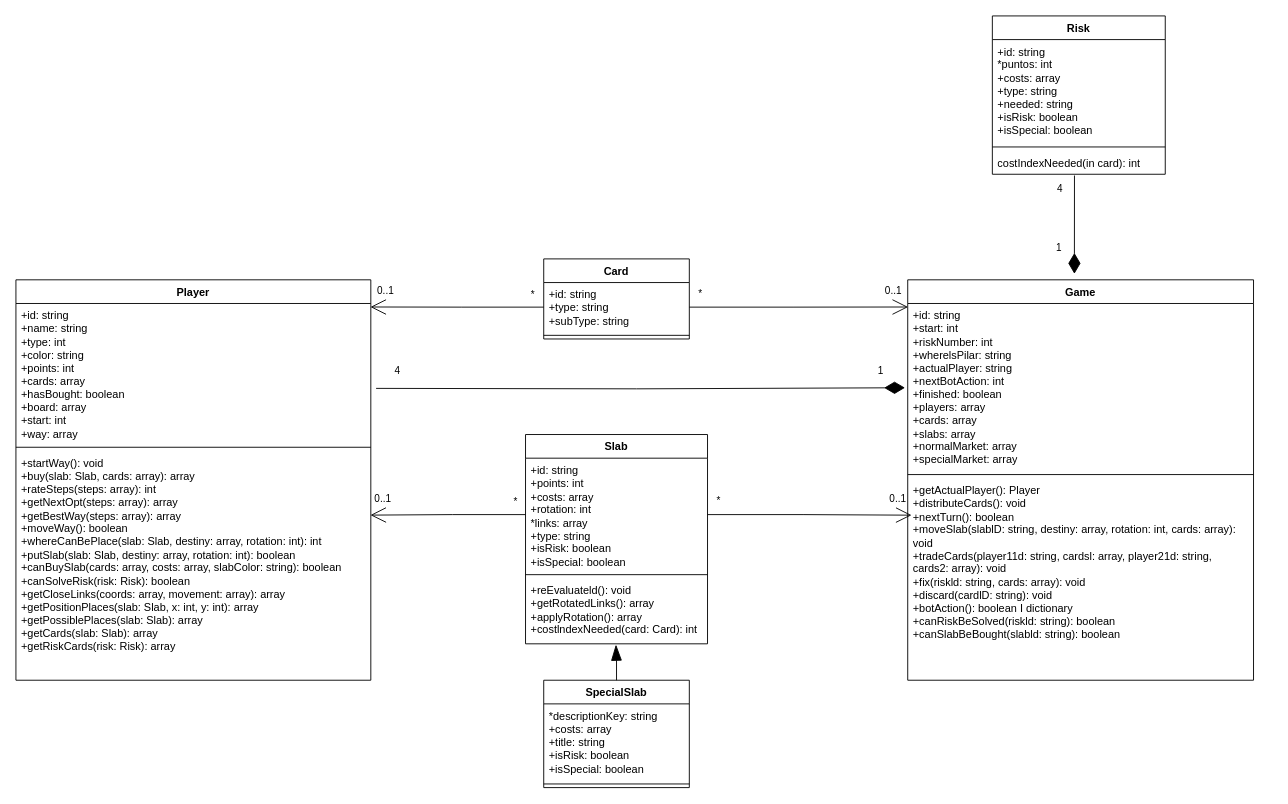
This is Diagramas/Diagrama m.Lógico de clases.drawio from elbala2/TFG-AlphaDSGame, a draw.io file, before an edit. Source tidied: cells renumbered, new cells numbered last; positions are measured from the earlier drawing's top-left corner, leaving out a move shared by most shapes. Both pictures are drawn from the tidied source at 91%, with x=0, y=0 at pixel (15, 15).
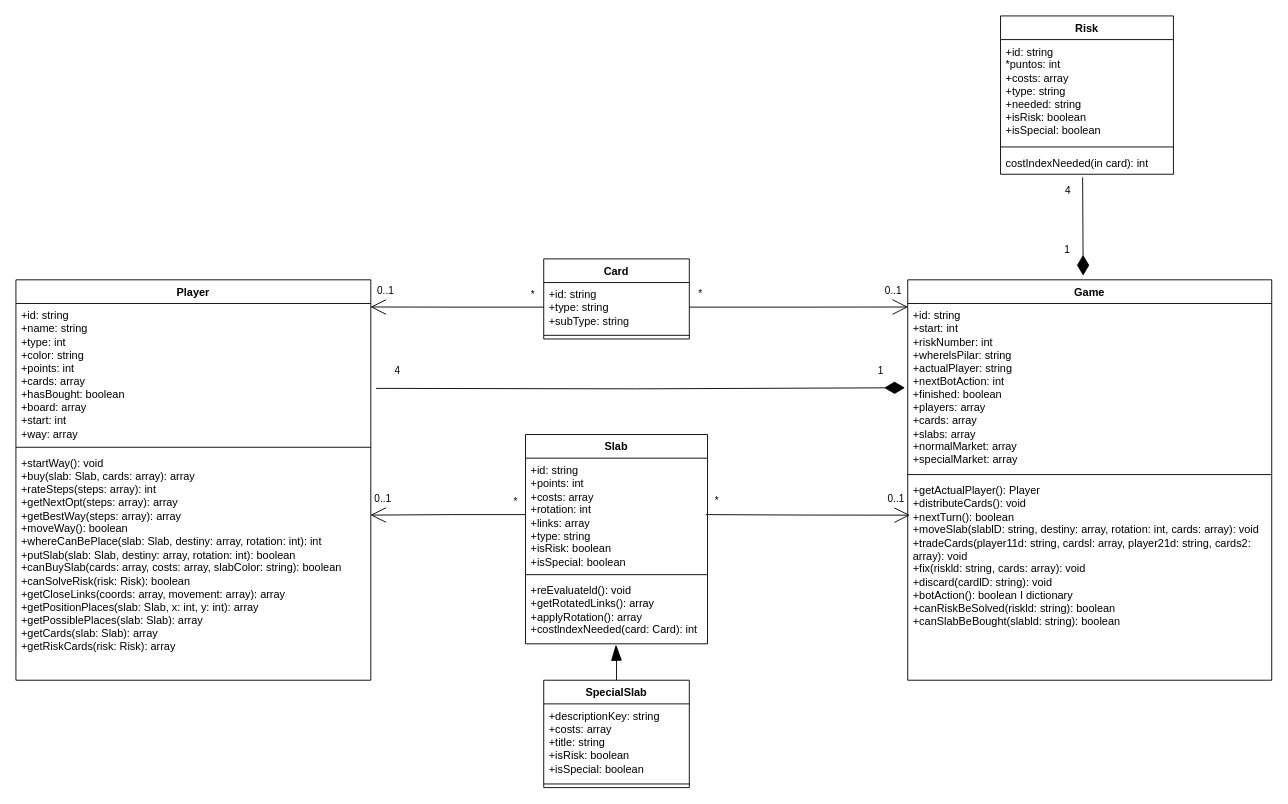
The same diagram, later.

The change refers to these unchanged cells:
```xml
<mxCell id="9" value="costIndexNeeded(in card): int" style="text;strokeColor=none;fillColor=none;align=left;verticalAlign=top;spacingLeft=4;spacingRight=4;overflow=hidden;points=[[0,0.5],[1,0.5]];portConstraint=eastwest;whiteSpace=wrap;html=1;" parent="6" vertex="1">
  <mxGeometry y="148" width="190" height="26" as="geometry" />
</mxCell>
<mxCell id="29" value="Slab" style="swimlane;fontStyle=1;align=center;verticalAlign=top;horizontal=1;startSize=26;whiteSpace=wrap;html=1;" parent="1" vertex="1">
  <mxGeometry x="560" y="460" width="200" height="230" as="geometry" />
</mxCell>
<mxCell id="39" value="SpecialSlab" style="swimlane;fontStyle=1;align=center;verticalAlign=top;horizontal=1;startSize=26;whiteSpace=wrap;html=1;" parent="1" vertex="1">
  <mxGeometry x="580" y="730" width="160" height="118" as="geometry" />
</mxCell>
```

The edit, as a diff of the source:
```diff
@@
-<mxGraphModel>
+<mxGraphModel background="#FFFFFF">
@@
     <mxCell id="2" value="Game" style="swimlane;fontStyle=1;align=center;verticalAlign=top;horizontal=1;startSize=26;whiteSpace=wrap;html=1;" parent="1" vertex="1">
-      <mxGeometry x="980" y="290" width="380" height="440" as="geometry" />
+      <mxGeometry x="980" y="290" width="400" height="440" as="geometry" />
     </mxCell>
     <mxCell id="3" value="&lt;div style=&quot;border-color: var(--border-color);&quot;&gt;+id: string&lt;/div&gt;&lt;div style=&quot;border-color: var(--border-color);&quot;&gt;+start: int&lt;/div&gt;&lt;div style=&quot;border-color: var(--border-color);&quot;&gt;+riskNumber: int&lt;/div&gt;&lt;div style=&quot;border-color: var(--border-color);&quot;&gt;+wherelsPilar: string&lt;/div&gt;&lt;div style=&quot;border-color: var(--border-color);&quot;&gt;+actualPlayer: string&lt;/div&gt;&lt;div style=&quot;border-color: var(--border-color);&quot;&gt;+nextBotAction: int&lt;/div&gt;&lt;div style=&quot;border-color: var(--border-color);&quot;&gt;+finished: boolean&lt;/div&gt;&lt;div style=&quot;border-color: var(--border-color);&quot;&gt;+players: array&lt;/div&gt;&lt;div style=&quot;border-color: var(--border-color);&quot;&gt;+cards: array&lt;/div&gt;&lt;div style=&quot;border-color: var(--border-color);&quot;&gt;+slabs: array&lt;/div&gt;&lt;div style=&quot;border-color: var(--border-color);&quot;&gt;+normalMarket: array&lt;/div&gt;&lt;div style=&quot;border-color: var(--border-color);&quot;&gt;+specialMarket: array&lt;/div&gt;" style="text;strokeColor=none;fillColor=none;align=left;verticalAlign=top;spacingLeft=4;spacingRight=4;overflow=hidden;points=[[0,0.5],[1,0.5]];portConstraint=eastwest;whiteSpace=wrap;html=1;" parent="2" vertex="1">
-      <mxGeometry y="26" width="380" height="184" as="geometry" />
+      <mxGeometry y="26" width="400" height="184" as="geometry" />
     </mxCell>
     <mxCell id="4" style="line;strokeWidth=1;fillColor=none;align=left;verticalAlign=middle;spacingTop=-1;spacingLeft=3;spacingRight=3;labelPosition=right;strokeColor=inherit;" parent="2" vertex="1">
-      <mxGeometry y="210" width="380" height="8" as="geometry" />
+      <mxGeometry y="210" width="400" height="8" as="geometry" />
     </mxCell>
     <mxCell id="5" value="&lt;div style=&quot;border-color: var(--border-color);&quot;&gt;+getActualPlayer(): Player&lt;/div&gt;&lt;div style=&quot;border-color: var(--border-color);&quot;&gt;+distributeCards(): void&lt;/div&gt;&lt;div style=&quot;border-color: var(--border-color);&quot;&gt;+nextTurn(): boolean&lt;br style=&quot;border-color: var(--border-color);&quot;&gt;&lt;/div&gt;&lt;div style=&quot;border-color: var(--border-color);&quot;&gt;+moveSlab(slablD: string, destiny: array, rotation: int, cards: array): void&lt;/div&gt;&lt;div style=&quot;border-color: var(--border-color);&quot;&gt;+tradeCards(player11d: string, cardsl: array, player21d: string, cards2: array): void&lt;/div&gt;&lt;div style=&quot;border-color: var(--border-color);&quot;&gt;+fix(riskld: string, cards: array): void&lt;/div&gt;&lt;div style=&quot;border-color: var(--border-color);&quot;&gt;+discard(cardlD: string): void&lt;/div&gt;&lt;div style=&quot;border-color: var(--border-color);&quot;&gt;+botAction(): boolean I dictionary&lt;/div&gt;&lt;div style=&quot;border-color: var(--border-color);&quot;&gt;+canRiskBeSolved(riskld: string): boolean&lt;/div&gt;&lt;div style=&quot;border-color: var(--border-color);&quot;&gt;+canSlabBeBought(slabld: string): boolean&lt;/div&gt;" style="text;strokeColor=none;fillColor=none;align=left;verticalAlign=top;spacingLeft=4;spacingRight=4;overflow=hidden;points=[[0,0.5],[1,0.5]];portConstraint=eastwest;whiteSpace=wrap;html=1;" parent="2" vertex="1">
-      <mxGeometry y="218" width="380" height="222" as="geometry" />
+      <mxGeometry y="218" width="400" height="222" as="geometry" />
     </mxCell>
     <mxCell id="6" value="Risk" style="swimlane;fontStyle=1;align=center;verticalAlign=top;horizontal=1;startSize=26;whiteSpace=wrap;html=1;" parent="1" vertex="1">
-      <mxGeometry x="1073" width="190" height="174" as="geometry" />
+      <mxGeometry x="1082" width="190" height="174" as="geometry" />
     </mxCell>
@@
-    <mxCell id="10" style="rounded=0;jettySize=auto;html=1;entryX=0.482;entryY=-0.015;entryDx=0;entryDy=0;entryPerimeter=0;endArrow=diamondThin;endFill=1;endSize=20;exitX=0.475;exitY=1.054;exitDx=0;exitDy=0;exitPerimeter=0;" parent="1" edge="1" source="9" target="2">
-      <mxGeometry relative="1" as="geometry" />
+    <mxCell id="10" style="rounded=0;orthogonalLoop=1;jettySize=auto;html=1;entryX=0.482;entryY=-0.015;entryDx=0;entryDy=0;entryPerimeter=0;endArrow=diamondThin;endFill=1;endSize=20;exitX=0.475;exitY=1.054;exitDx=0;exitDy=0;exitPerimeter=0;" parent="1" edge="1">
+      <mxGeometry relative="1" as="geometry">
+        <mxPoint x="1172.2" y="177.4" as="sourcePoint" />
+        <mxPoint x="1172.8" y="285.4" as="targetPoint" />
+      </mxGeometry>
     </mxCell>
@@
-    <mxCell id="30" value="&lt;div&gt;+id: string&lt;/div&gt;&lt;div&gt;+points: int&lt;/div&gt;&lt;div&gt;+costs: array&lt;/div&gt;&lt;div&gt;+rotation: int&lt;/div&gt;&lt;div&gt;*links: array&lt;/div&gt;&lt;div&gt;+type: string&lt;/div&gt;&lt;div&gt;+isRisk: boolean&lt;/div&gt;&lt;div&gt;+isSpecial: boolean&lt;/div&gt;" style="text;strokeColor=none;fillColor=none;align=left;verticalAlign=top;spacingLeft=4;spacingRight=4;overflow=hidden;points=[[0,0.5],[1,0.5]];portConstraint=eastwest;whiteSpace=wrap;html=1;" parent="29" vertex="1">
+    <mxCell id="30" value="&lt;div&gt;+id: string&lt;/div&gt;&lt;div&gt;+points: int&lt;/div&gt;&lt;div&gt;+costs: array&lt;/div&gt;&lt;div&gt;+rotation: int&lt;/div&gt;&lt;div&gt;+links: array&lt;/div&gt;&lt;div&gt;+type: string&lt;/div&gt;&lt;div&gt;+isRisk: boolean&lt;/div&gt;&lt;div&gt;+isSpecial: boolean&lt;/div&gt;" style="text;strokeColor=none;fillColor=none;align=left;verticalAlign=top;spacingLeft=4;spacingRight=4;overflow=hidden;points=[[0,0.5],[1,0.5]];portConstraint=eastwest;whiteSpace=wrap;html=1;" parent="29" vertex="1">
       <mxGeometry y="26" width="200" height="124" as="geometry" />
     </mxCell>
@@
-    <mxCell id="33" style="edgeStyle=orthogonalEdgeStyle;rounded=0;jettySize=auto;html=1;entryX=0.011;entryY=0.183;entryDx=0;entryDy=0;endSize=15;endArrow=open;endFill=0;exitX=1;exitY=0.5;exitDx=0;exitDy=0;entryPerimeter=0;" parent="1" edge="1" source="30" target="5">
-      <mxGeometry relative="1" as="geometry" />
+    <mxCell id="33" style="edgeStyle=orthogonalEdgeStyle;rounded=0;orthogonalLoop=1;jettySize=auto;html=1;entryX=0.011;entryY=0.183;entryDx=0;entryDy=0;endSize=15;endArrow=open;endFill=0;exitX=1;exitY=0.5;exitDx=0;exitDy=0;entryPerimeter=0;" parent="1" edge="1">
+      <mxGeometry relative="1" as="geometry">
+        <mxPoint x="758" y="548" as="sourcePoint" />
+        <mxPoint x="982.4" y="548.6" as="targetPoint" />
+      </mxGeometry>
     </mxCell>
@@
-    <mxCell id="40" value="&lt;div&gt;*descriptionKey: string&lt;/div&gt;&lt;div&gt;+costs: array&lt;/div&gt;&lt;div&gt;+title: string&lt;/div&gt;&lt;div&gt;+isRisk: boolean&lt;/div&gt;&lt;div&gt;+isSpecial: boolean&lt;/div&gt;" style="text;strokeColor=none;fillColor=none;align=left;verticalAlign=top;spacingLeft=4;spacingRight=4;overflow=hidden;whiteSpace=wrap;html=1;" parent="39" vertex="1">
+    <mxCell id="40" value="&lt;div&gt;+descriptionKey: string&lt;/div&gt;&lt;div&gt;+costs: array&lt;/div&gt;&lt;div&gt;+title: string&lt;/div&gt;&lt;div&gt;+isRisk: boolean&lt;/div&gt;&lt;div&gt;+isSpecial: boolean&lt;/div&gt;" style="text;strokeColor=none;fillColor=none;align=left;verticalAlign=top;spacingLeft=4;spacingRight=4;overflow=hidden;whiteSpace=wrap;html=1;" parent="39" vertex="1">
       <mxGeometry y="26" width="160" height="84" as="geometry" />
     </mxCell>
```
